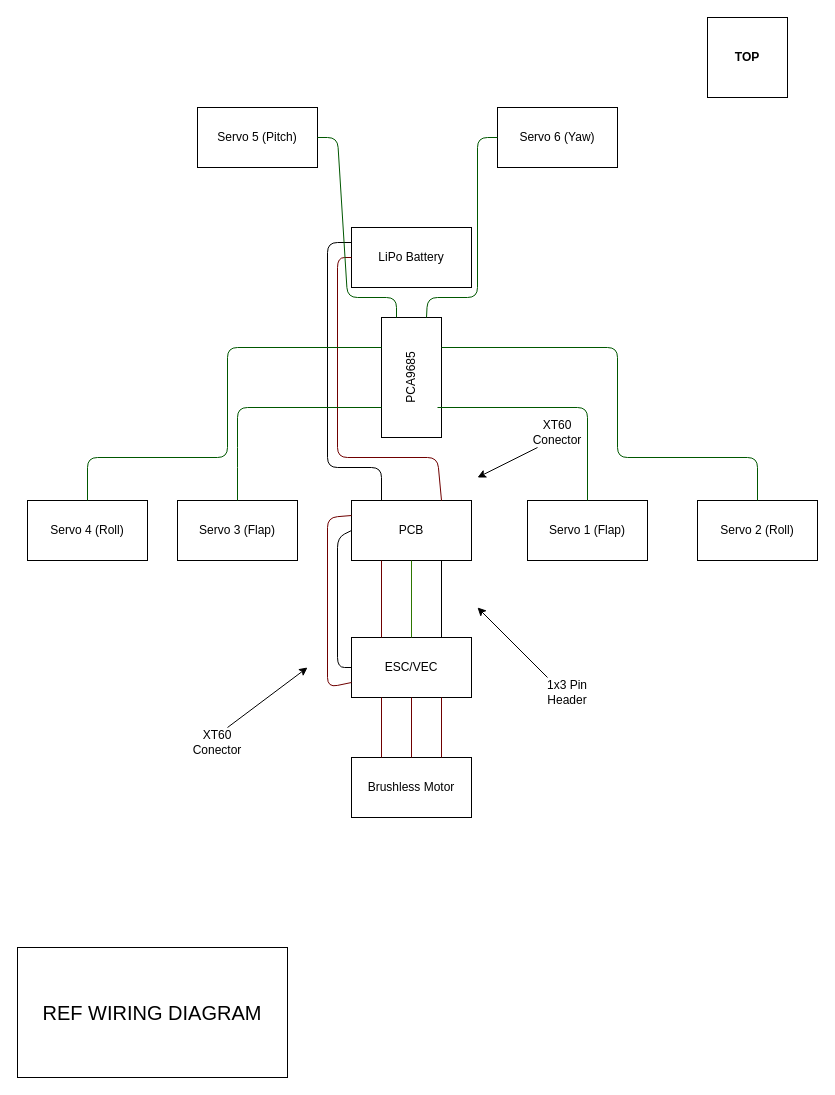
Cipher018/XDF-001 keeps this draw.io diagram as PCB/Wiring_Diagrams/Wiring Diagram.drawio. Above is the earlier version. Source tidied: cells renumbered, new cells numbered last; positions are measured from the earlier drawing's top-left corner, leaving out a move shared by most shapes. Both pictures are drawn from the tidied source at 100%, with x=0, y=0 at pixel (17, 17).
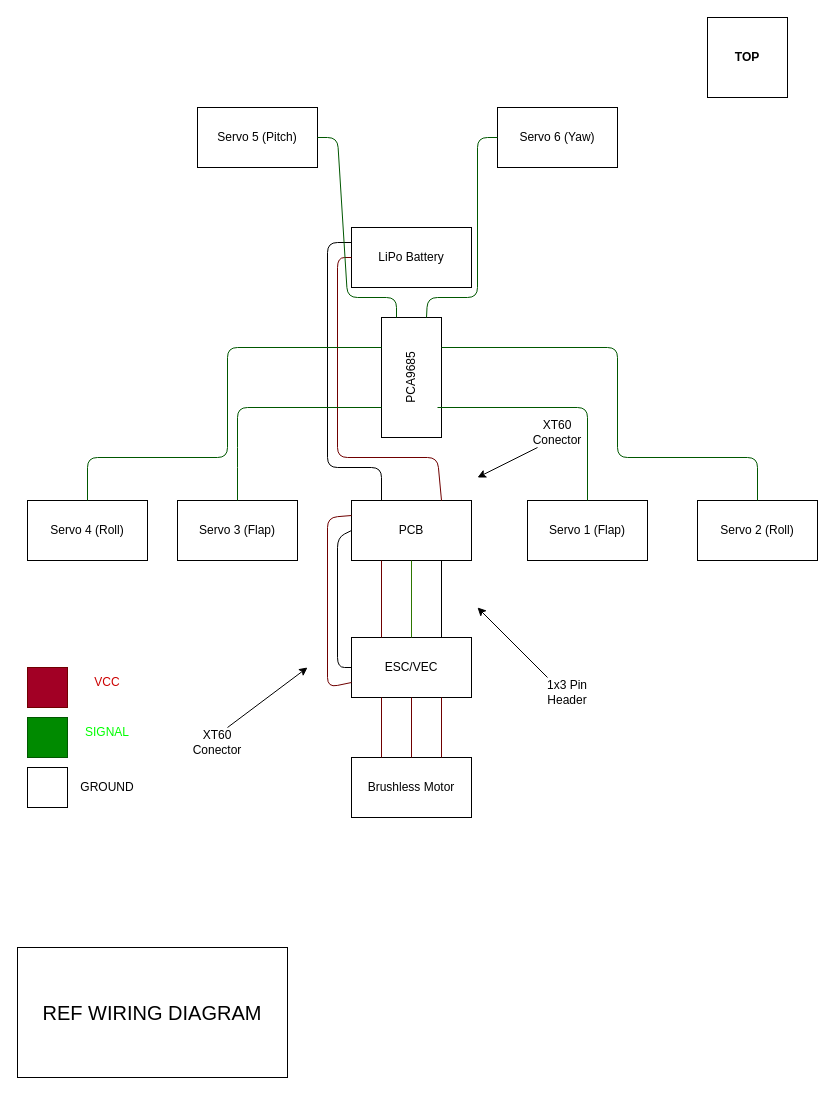
After the change.

Commit message (it also covers changes not shown here):
UPDATE Wiring_Diagram

What changed in the source:
```diff
@@
-    <mxCell id="34" value="XT60 Conector" style="text;html=1;strokeColor=none;fillColor=none;align=center;verticalAlign=middle;whiteSpace=wrap;rounded=0;" parent="1" vertex="1">
+    <mxCell id="34" value="XT60 Conector" style="text;html=1;align=center;verticalAlign=middle;whiteSpace=wrap;rounded=0;" parent="1" vertex="1">
       <mxGeometry x="170" y="710" width="60" height="30" as="geometry" />
     </mxCell>
@@
+    <mxCell id="37" style="whiteSpace=wrap;html=1;fillColor=#a20025;fontColor=#ffffff;strokeColor=#6F0000;" parent="1" vertex="1">
+      <mxGeometry x="10" y="650" width="40" height="40" as="geometry" />
+    </mxCell>
+    <mxCell id="38" style="whiteSpace=wrap;html=1;fillColor=#008a00;fontColor=#ffffff;strokeColor=#005700;" parent="1" vertex="1">
+      <mxGeometry x="10" y="700" width="40" height="40" as="geometry" />
+    </mxCell>
+    <mxCell id="39" style="whiteSpace=wrap;html=1;" parent="1" vertex="1">
+      <mxGeometry x="10" y="750" width="40" height="40" as="geometry" />
+    </mxCell>
+    <mxCell id="40" value="&lt;font color=&quot;#cc0000&quot;&gt;VCC&lt;/font&gt;" style="text;html=1;strokeColor=none;fillColor=none;align=center;verticalAlign=middle;whiteSpace=wrap;rounded=0;" parent="1" vertex="1">
+      <mxGeometry x="60" y="650" width="60" height="30" as="geometry" />
+    </mxCell>
+    <mxCell id="41" value="&lt;font color=&quot;#00ff00&quot;&gt;SIGNAL&lt;/font&gt;" style="text;html=1;strokeColor=none;fillColor=none;align=center;verticalAlign=middle;whiteSpace=wrap;rounded=0;fontColor=none;" parent="1" vertex="1">
+      <mxGeometry x="60" y="700" width="60" height="30" as="geometry" />
+    </mxCell>
+    <mxCell id="42" value="&lt;font color=&quot;#000000&quot;&gt;GROUND&lt;/font&gt;" style="text;html=1;strokeColor=none;fillColor=none;align=center;verticalAlign=middle;whiteSpace=wrap;rounded=0;fontColor=#00FF00;" parent="1" vertex="1">
+      <mxGeometry x="60" y="755" width="60" height="30" as="geometry" />
+    </mxCell>
```
